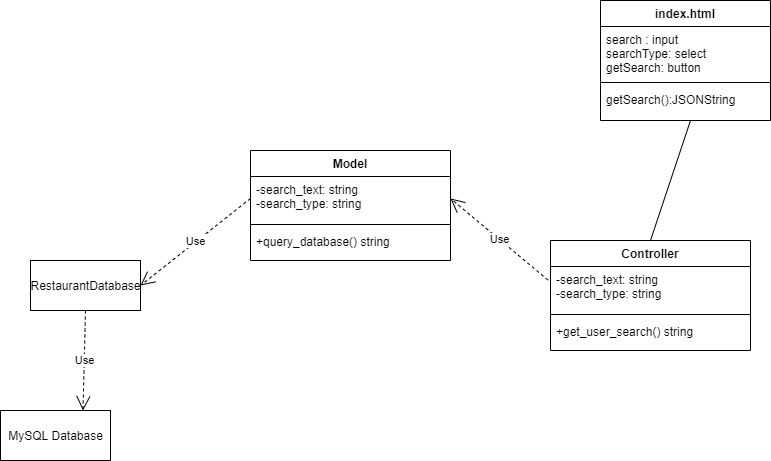
This is Documentation/RestaurantSearchClassDiagram.png from jxs5476/Penn-State-Food-Locator, a draw.io export, as it was before one commit. Source tidied: cells renumbered, new cells last; positions are measured from the earlier drawing's top-left corner, leaving out a move shared by most shapes. Its diagram source:
```xml
<mxGraphModel>
  <root>
    <mxCell id="0" />
    <mxCell id="1" parent="0" />
    <mxCell id="2" value="Controller" style="swimlane;fontStyle=1;align=center;verticalAlign=top;horizontal=1;startSize=26;" parent="1" vertex="1">
      <mxGeometry x="550" y="240" width="200" height="110" as="geometry" />
    </mxCell>
    <mxCell id="3" value="-search_text: string&#10;-search_type: string" style="text;strokeColor=none;fillColor=none;align=left;verticalAlign=top;spacingLeft=4;spacingRight=4;overflow=hidden;points=[[0,0.5],[1,0.5]];portConstraint=eastwest;" parent="2" vertex="1">
      <mxGeometry y="26" width="200" height="44" as="geometry" />
    </mxCell>
    <mxCell id="4" style="line;strokeWidth=1;fillColor=none;align=left;verticalAlign=middle;spacingTop=-1;spacingLeft=3;spacingRight=3;labelPosition=right;" parent="2" vertex="1">
      <mxGeometry y="70" width="200" height="8" as="geometry" />
    </mxCell>
    <mxCell id="5" value="+get_user_search() string" style="text;strokeColor=none;fillColor=none;align=left;verticalAlign=top;spacingLeft=4;spacingRight=4;overflow=hidden;" parent="2" vertex="1">
      <mxGeometry y="78" width="200" height="32" as="geometry" />
    </mxCell>
    <mxCell id="6" value="RestaurantDatabase" style="html=1;" parent="1" vertex="1">
      <mxGeometry x="30" y="260" width="110" height="50" as="geometry" />
    </mxCell>
    <mxCell id="7" value="MySQL Database" style="html=1;" parent="1" vertex="1">
      <mxGeometry y="410" width="110" height="50" as="geometry" />
    </mxCell>
    <mxCell id="8" value="Use" style="endArrow=open;endSize=12;dashed=1;html=1;exitX=0.5;exitY=1;exitDx=0;exitDy=0;entryX=0.75;entryY=0;entryDx=0;entryDy=0;" parent="1" edge="1" source="6" target="7">
      <mxGeometry relative="1" as="geometry" />
    </mxCell>
    <mxCell id="9" value="Model" style="swimlane;fontStyle=1;align=center;verticalAlign=top;horizontal=1;startSize=26;" parent="1" vertex="1">
      <mxGeometry x="250" y="150" width="200" height="110" as="geometry" />
    </mxCell>
    <mxCell id="10" value="-search_text: string&#10;-search_type: string" style="text;strokeColor=none;fillColor=none;align=left;verticalAlign=top;spacingLeft=4;spacingRight=4;overflow=hidden;points=[[0,0.5],[1,0.5]];portConstraint=eastwest;" parent="9" vertex="1">
      <mxGeometry y="26" width="200" height="44" as="geometry" />
    </mxCell>
    <mxCell id="11" style="line;strokeWidth=1;fillColor=none;align=left;verticalAlign=middle;spacingTop=-1;spacingLeft=3;spacingRight=3;labelPosition=right;" parent="9" vertex="1">
      <mxGeometry y="70" width="200" height="8" as="geometry" />
    </mxCell>
    <mxCell id="12" value="+query_database() string" style="text;strokeColor=none;fillColor=none;align=left;verticalAlign=top;spacingLeft=4;spacingRight=4;overflow=hidden;" parent="9" vertex="1">
      <mxGeometry y="78" width="200" height="32" as="geometry" />
    </mxCell>
    <mxCell id="13" value="Use" style="endArrow=open;endSize=12;dashed=1;html=1;exitX=-0.012;exitY=0.31;exitDx=0;exitDy=0;exitPerimeter=0;entryX=1;entryY=0.5;entryDx=0;entryDy=0;" parent="1" edge="1" source="3" target="10">
      <mxGeometry relative="1" as="geometry" />
    </mxCell>
    <mxCell id="14" value="Use" style="endArrow=open;endSize=12;dashed=1;html=1;exitX=0;exitY=0.5;exitDx=0;exitDy=0;entryX=1;entryY=0.5;entryDx=0;entryDy=0;" parent="1" edge="1" source="10" target="6">
      <mxGeometry relative="1" as="geometry" />
    </mxCell>
    <mxCell id="15" style="endArrow=none;html=1;entryX=0.5;entryY=1;entryDx=0;entryDy=0;exitX=0.5;exitY=0;exitDx=0;exitDy=0;" parent="1" edge="1" source="2">
      <mxGeometry relative="1" as="geometry">
        <mxPoint x="690" y="120" as="targetPoint" />
      </mxGeometry>
    </mxCell>
    <mxCell id="16" value="index.html" style="swimlane;fontStyle=1;align=center;verticalAlign=top;horizontal=1;startSize=26;" parent="1" vertex="1">
      <mxGeometry x="600" width="170" height="120" as="geometry" />
    </mxCell>
    <mxCell id="17" value="search : input&#10;searchType: select&#10;getSearch: button" style="text;strokeColor=none;fillColor=none;align=left;verticalAlign=top;spacingLeft=4;spacingRight=4;overflow=hidden;" parent="16" vertex="1">
      <mxGeometry y="26" width="170" height="52" as="geometry" />
    </mxCell>
    <mxCell id="18" style="line;strokeWidth=1;fillColor=none;align=left;verticalAlign=middle;spacingTop=-1;spacingLeft=3;spacingRight=3;labelPosition=right;" parent="16" vertex="1">
      <mxGeometry y="78" width="170" height="8" as="geometry" />
    </mxCell>
    <mxCell id="19" value="getSearch():JSONString" style="text;strokeColor=none;fillColor=none;align=left;verticalAlign=top;spacingLeft=4;spacingRight=4;overflow=hidden;" parent="16" vertex="1">
      <mxGeometry y="86" width="170" height="34" as="geometry" />
    </mxCell>
  </root>
</mxGraphModel>
```
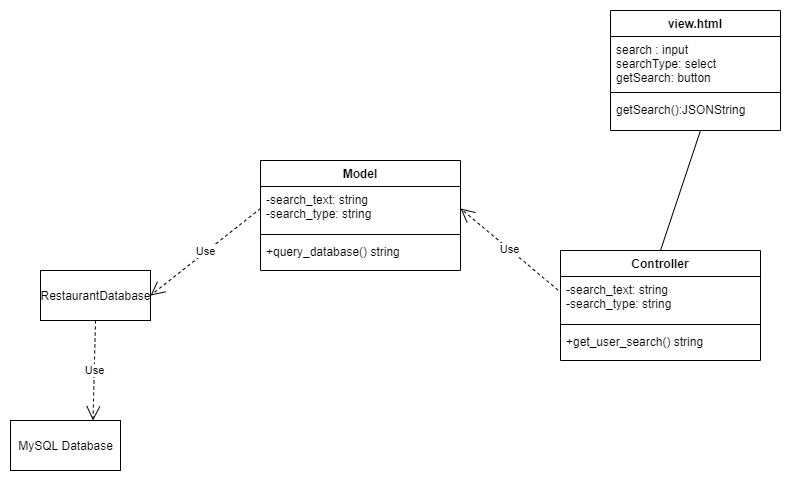
Later version of the same file.

What changed in the source:
```diff
@@ -46,7 +46,7 @@
         <mxPoint x="690" y="120" as="targetPoint" />
       </mxGeometry>
     </mxCell>
-    <mxCell id="16" value="index.html" style="swimlane;fontStyle=1;align=center;verticalAlign=top;horizontal=1;startSize=26;" parent="1" vertex="1">
+    <mxCell id="16" value="view.html" style="swimlane;fontStyle=1;align=center;verticalAlign=top;horizontal=1;startSize=26;" parent="1" vertex="1">
       <mxGeometry x="600" width="170" height="120" as="geometry" />
     </mxCell>
     <mxCell id="17" value="search : input&#10;searchType: select&#10;getSearch: button" style="text;strokeColor=none;fillColor=none;align=left;verticalAlign=top;spacingLeft=4;spacingRight=4;overflow=hidden;" parent="16" vertex="1">
```
